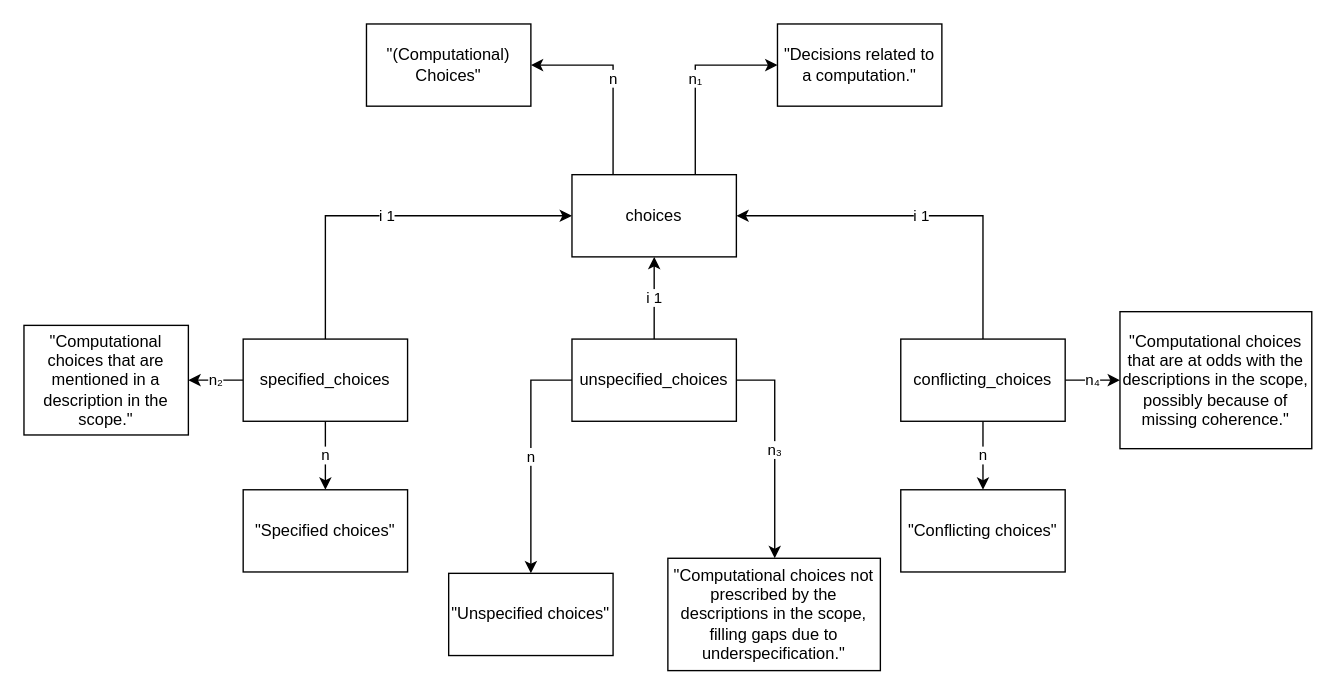
Before: page "03-choices" (4 of 11) of model-analysis-errors.drawio in nicebread/scientific_errors, a draw.io diagram. Source tidied: cells renumbered, new cells numbered last; positions are measured from the earlier drawing's top-left corner, leaving out a move shared by most shapes. Both pictures are drawn from the tidied source at 137%, with x=0, y=0 at pixel (23, 23).
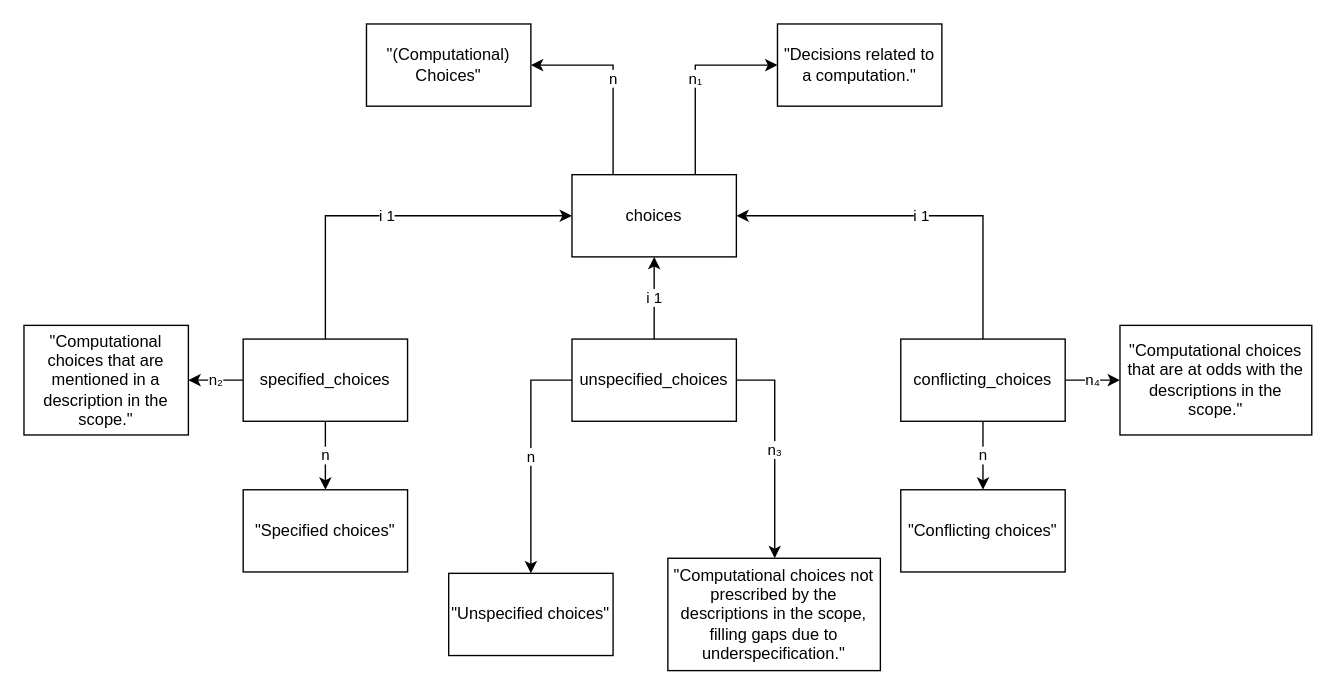
The same page after the edit.

Commit message:
Remove example from definition of conflicting choices

What changed in the source:
```diff
@@
-    <mxCell id="24" value="&quot;Computational choices that are at odds with the descriptions in the scope, possibly because of missing coherence.&quot;" style="rounded=0;whiteSpace=wrap;html=1;" parent="1" vertex="1">
-      <mxGeometry x="800" y="210" width="140" height="100" as="geometry" />
+    <mxCell id="24" value="&quot;Computational choices that are at odds with the descriptions in the scope.&quot;" style="rounded=0;whiteSpace=wrap;html=1;" parent="1" vertex="1">
+      <mxGeometry x="800" y="220" width="140" height="80" as="geometry" />
     </mxCell>
```
